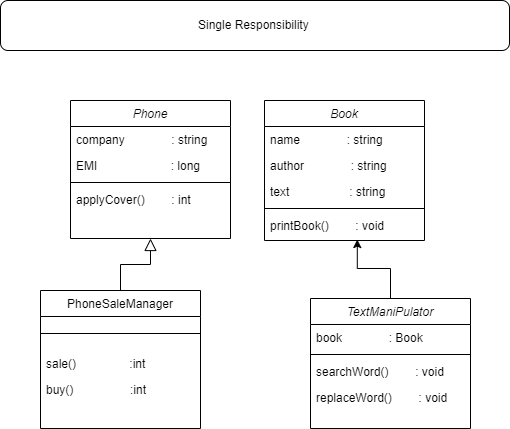
This is Untitled Diagram.drawio.png from RADI-SE/2.Compose-article, a draw.io export, as it was before one commit. Source tidied: cells renumbered, new cells last; positions are measured from the earlier drawing's top-left corner, leaving out a move shared by most shapes. Source of this version:
```xml
<mxGraphModel>
  <root>
    <mxCell id="0" />
    <mxCell id="1" parent="0" />
    <mxCell id="2" value="Phone" style="swimlane;fontStyle=2;align=center;verticalAlign=top;horizontal=1;startSize=26;rounded=0;shadow=0;strokeWidth=1;" parent="1" vertex="1">
      <mxGeometry x="70" y="100" width="160" height="138" as="geometry" />
    </mxCell>
    <mxCell id="3" value="company              : string" style="text;align=left;verticalAlign=top;spacingLeft=4;spacingRight=4;overflow=hidden;" parent="2" vertex="1">
      <mxGeometry y="26" width="160" height="26" as="geometry" />
    </mxCell>
    <mxCell id="4" value="EMI                      : long" style="text;align=left;verticalAlign=top;spacingLeft=4;spacingRight=4;overflow=hidden;rounded=0;shadow=0;html=0;" parent="2" vertex="1">
      <mxGeometry y="52" width="160" height="26" as="geometry" />
    </mxCell>
    <mxCell id="5" style="line;html=1;strokeWidth=1;align=left;verticalAlign=middle;spacingTop=-1;spacingLeft=3;spacingRight=3;labelPosition=right;" parent="2" vertex="1">
      <mxGeometry y="78" width="160" height="8" as="geometry" />
    </mxCell>
    <mxCell id="6" value="applyCover()        : int" style="text;align=left;verticalAlign=top;spacingLeft=4;spacingRight=4;overflow=hidden;" parent="2" vertex="1">
      <mxGeometry y="86" width="160" height="26" as="geometry" />
    </mxCell>
    <mxCell id="7" value="PhoneSaleManager" style="swimlane;fontStyle=0;align=center;verticalAlign=top;horizontal=1;startSize=26;rounded=0;shadow=0;strokeWidth=1;" parent="1" vertex="1">
      <mxGeometry x="40" y="290" width="160" height="138" as="geometry" />
    </mxCell>
    <mxCell id="8" style="line;html=1;strokeWidth=1;align=left;verticalAlign=middle;spacingTop=-1;spacingLeft=3;spacingRight=3;labelPosition=right;" parent="7" vertex="1">
      <mxGeometry y="26" width="160" height="34" as="geometry" />
    </mxCell>
    <mxCell id="9" value="sale()                :int" style="text;align=left;verticalAlign=top;spacingLeft=4;spacingRight=4;overflow=hidden;" parent="7" vertex="1">
      <mxGeometry y="60" width="160" height="26" as="geometry" />
    </mxCell>
    <mxCell id="10" value="buy()                 :int" style="text;align=left;verticalAlign=top;spacingLeft=4;spacingRight=4;overflow=hidden;" parent="7" vertex="1">
      <mxGeometry y="86" width="160" height="26" as="geometry" />
    </mxCell>
    <mxCell id="11" style="endArrow=block;endSize=10;endFill=0;shadow=0;strokeWidth=1;rounded=0;edgeStyle=elbowEdgeStyle;elbow=vertical;" parent="1" edge="1" source="7" target="2">
      <mxGeometry relative="1" as="geometry" />
    </mxCell>
    <mxCell id="12" value="Book" style="swimlane;fontStyle=2;align=center;verticalAlign=top;horizontal=1;startSize=26;rounded=0;shadow=0;strokeWidth=1;" parent="1" vertex="1">
      <mxGeometry x="264" y="100" width="160" height="140" as="geometry" />
    </mxCell>
    <mxCell id="13" value="name              : string" style="text;align=left;verticalAlign=top;spacingLeft=4;spacingRight=4;overflow=hidden;" parent="12" vertex="1">
      <mxGeometry y="26" width="160" height="26" as="geometry" />
    </mxCell>
    <mxCell id="14" value="author              : string" style="text;align=left;verticalAlign=top;spacingLeft=4;spacingRight=4;overflow=hidden;" parent="12" vertex="1">
      <mxGeometry y="52" width="160" height="26" as="geometry" />
    </mxCell>
    <mxCell id="15" value="text                  : string" style="text;align=left;verticalAlign=top;spacingLeft=4;spacingRight=4;overflow=hidden;" parent="12" vertex="1">
      <mxGeometry y="78" width="160" height="26" as="geometry" />
    </mxCell>
    <mxCell id="16" style="line;html=1;strokeWidth=1;align=left;verticalAlign=middle;spacingTop=-1;spacingLeft=3;spacingRight=3;labelPosition=right;" parent="12" vertex="1">
      <mxGeometry y="104" width="160" height="8" as="geometry" />
    </mxCell>
    <mxCell id="17" value="printBook()        : void" style="text;align=left;verticalAlign=top;spacingLeft=4;spacingRight=4;overflow=hidden;points=[[0,0.5],[1,0.5]];portConstraint=eastwest;" parent="12" vertex="1">
      <mxGeometry y="112" width="160" height="26" as="geometry" />
    </mxCell>
    <mxCell id="18" style="edgeStyle=orthogonalEdgeStyle;rounded=0;jettySize=auto;html=1;entryX=0.58;entryY=1.04;entryDx=0;entryDy=0;entryPerimeter=0;" parent="1" edge="1" source="19" target="17">
      <mxGeometry relative="1" as="geometry" />
    </mxCell>
    <mxCell id="19" value="TextManiPulator" style="swimlane;fontStyle=2;align=center;verticalAlign=top;horizontal=1;startSize=26;rounded=0;shadow=0;strokeWidth=1;" parent="1" vertex="1">
      <mxGeometry x="310" y="298" width="160" height="130" as="geometry" />
    </mxCell>
    <mxCell id="20" value="book              : Book" style="text;align=left;verticalAlign=top;spacingLeft=4;spacingRight=4;overflow=hidden;" parent="19" vertex="1">
      <mxGeometry y="26" width="160" height="26" as="geometry" />
    </mxCell>
    <mxCell id="21" style="line;html=1;strokeWidth=1;align=left;verticalAlign=middle;spacingTop=-1;spacingLeft=3;spacingRight=3;labelPosition=right;" parent="19" vertex="1">
      <mxGeometry y="52" width="160" height="8" as="geometry" />
    </mxCell>
    <mxCell id="22" value="searchWord()        : void" style="text;align=left;verticalAlign=top;spacingLeft=4;spacingRight=4;overflow=hidden;" parent="19" vertex="1">
      <mxGeometry y="60" width="160" height="26" as="geometry" />
    </mxCell>
    <mxCell id="23" value="replaceWord()        : void" style="text;align=left;verticalAlign=top;spacingLeft=4;spacingRight=4;overflow=hidden;" parent="19" vertex="1">
      <mxGeometry y="86" width="160" height="22" as="geometry" />
    </mxCell>
    <mxCell id="24" style="rounded=1;whiteSpace=wrap;html=1;" parent="1" vertex="1">
      <mxGeometry width="509" height="50" as="geometry" />
    </mxCell>
    <mxCell id="25" value="Single Responsibility&amp;nbsp;" style="text;html=1;strokeColor=none;fillColor=none;align=center;verticalAlign=middle;whiteSpace=wrap;rounded=0;" parent="1" vertex="1">
      <mxGeometry x="120" y="10" width="270" height="30" as="geometry" />
    </mxCell>
  </root>
</mxGraphModel>
```
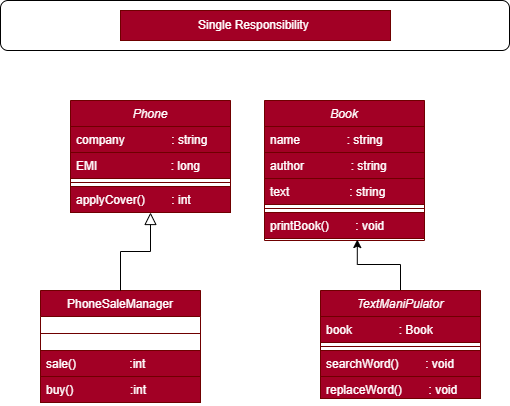
Above is the later version.

Diff of the diagram source:
```diff
@@ -2,76 +2,76 @@
   <root>
     <mxCell id="0" />
     <mxCell id="1" parent="0" />
-    <mxCell id="2" value="Phone" style="swimlane;fontStyle=2;align=center;verticalAlign=top;horizontal=1;startSize=26;rounded=0;shadow=0;strokeWidth=1;" parent="1" vertex="1">
-      <mxGeometry x="70" y="100" width="160" height="138" as="geometry" />
+    <mxCell id="2" value="Phone" style="swimlane;fontStyle=2;align=center;verticalAlign=top;horizontal=1;startSize=26;rounded=0;shadow=0;strokeWidth=1;fillColor=#a20025;fontColor=#ffffff;strokeColor=#6F0000;" parent="1" vertex="1">
+      <mxGeometry x="70" y="100" width="160" height="112" as="geometry" />
     </mxCell>
-    <mxCell id="3" value="company              : string" style="text;align=left;verticalAlign=top;spacingLeft=4;spacingRight=4;overflow=hidden;" parent="2" vertex="1">
+    <mxCell id="3" value="company              : string" style="text;align=left;verticalAlign=top;spacingLeft=4;spacingRight=4;overflow=hidden;fillColor=#a20025;fontColor=#ffffff;strokeColor=#6F0000;" parent="2" vertex="1">
       <mxGeometry y="26" width="160" height="26" as="geometry" />
     </mxCell>
-    <mxCell id="4" value="EMI                      : long" style="text;align=left;verticalAlign=top;spacingLeft=4;spacingRight=4;overflow=hidden;rounded=0;shadow=0;html=0;" parent="2" vertex="1">
+    <mxCell id="4" value="EMI                      : long" style="text;align=left;verticalAlign=top;spacingLeft=4;spacingRight=4;overflow=hidden;rounded=0;shadow=0;html=0;fillColor=#a20025;fontColor=#ffffff;strokeColor=#6F0000;" parent="2" vertex="1">
       <mxGeometry y="52" width="160" height="26" as="geometry" />
     </mxCell>
-    <mxCell id="5" style="line;html=1;strokeWidth=1;align=left;verticalAlign=middle;spacingTop=-1;spacingLeft=3;spacingRight=3;labelPosition=right;" parent="2" vertex="1">
+    <mxCell id="5" style="line;html=1;strokeWidth=1;align=left;verticalAlign=middle;spacingTop=-1;spacingLeft=3;spacingRight=3;labelPosition=right;fillColor=#a20025;fontColor=#ffffff;strokeColor=#6F0000;" parent="2" vertex="1">
       <mxGeometry y="78" width="160" height="8" as="geometry" />
     </mxCell>
-    <mxCell id="6" value="applyCover()        : int" style="text;align=left;verticalAlign=top;spacingLeft=4;spacingRight=4;overflow=hidden;" parent="2" vertex="1">
+    <mxCell id="6" value="applyCover()        : int" style="text;align=left;verticalAlign=top;spacingLeft=4;spacingRight=4;overflow=hidden;fillColor=#a20025;fontColor=#ffffff;strokeColor=#6F0000;" parent="2" vertex="1">
       <mxGeometry y="86" width="160" height="26" as="geometry" />
     </mxCell>
-    <mxCell id="7" value="PhoneSaleManager" style="swimlane;fontStyle=0;align=center;verticalAlign=top;horizontal=1;startSize=26;rounded=0;shadow=0;strokeWidth=1;" parent="1" vertex="1">
-      <mxGeometry x="40" y="290" width="160" height="138" as="geometry" />
+    <mxCell id="7" value="PhoneSaleManager" style="swimlane;fontStyle=0;align=center;verticalAlign=top;horizontal=1;startSize=26;rounded=0;shadow=0;strokeWidth=1;fillColor=#a20025;fontColor=#ffffff;strokeColor=#6F0000;" parent="1" vertex="1">
+      <mxGeometry x="40" y="290" width="160" height="112" as="geometry" />
     </mxCell>
-    <mxCell id="8" style="line;html=1;strokeWidth=1;align=left;verticalAlign=middle;spacingTop=-1;spacingLeft=3;spacingRight=3;labelPosition=right;" parent="7" vertex="1">
+    <mxCell id="8" style="line;html=1;strokeWidth=1;align=left;verticalAlign=middle;spacingTop=-1;spacingLeft=3;spacingRight=3;labelPosition=right;fillColor=#a20025;fontColor=#ffffff;strokeColor=#6F0000;" parent="7" vertex="1">
       <mxGeometry y="26" width="160" height="34" as="geometry" />
     </mxCell>
-    <mxCell id="9" value="sale()                :int" style="text;align=left;verticalAlign=top;spacingLeft=4;spacingRight=4;overflow=hidden;" parent="7" vertex="1">
+    <mxCell id="9" value="sale()                :int" style="text;align=left;verticalAlign=top;spacingLeft=4;spacingRight=4;overflow=hidden;fillColor=#a20025;fontColor=#ffffff;strokeColor=#6F0000;" parent="7" vertex="1">
       <mxGeometry y="60" width="160" height="26" as="geometry" />
     </mxCell>
-    <mxCell id="10" value="buy()                 :int" style="text;align=left;verticalAlign=top;spacingLeft=4;spacingRight=4;overflow=hidden;" parent="7" vertex="1">
+    <mxCell id="10" value="buy()                 :int" style="text;align=left;verticalAlign=top;spacingLeft=4;spacingRight=4;overflow=hidden;fillColor=#a20025;fontColor=#ffffff;strokeColor=#6F0000;" parent="7" vertex="1">
       <mxGeometry y="86" width="160" height="26" as="geometry" />
     </mxCell>
     <mxCell id="11" style="endArrow=block;endSize=10;endFill=0;shadow=0;strokeWidth=1;rounded=0;edgeStyle=elbowEdgeStyle;elbow=vertical;" parent="1" edge="1" source="7" target="2">
       <mxGeometry relative="1" as="geometry" />
     </mxCell>
-    <mxCell id="12" value="Book" style="swimlane;fontStyle=2;align=center;verticalAlign=top;horizontal=1;startSize=26;rounded=0;shadow=0;strokeWidth=1;" parent="1" vertex="1">
+    <mxCell id="12" value="Book" style="swimlane;fontStyle=2;align=center;verticalAlign=top;horizontal=1;startSize=26;rounded=0;shadow=0;strokeWidth=1;fillColor=#a20025;fontColor=#ffffff;strokeColor=#6F0000;" parent="1" vertex="1">
       <mxGeometry x="264" y="100" width="160" height="140" as="geometry" />
     </mxCell>
-    <mxCell id="13" value="name              : string" style="text;align=left;verticalAlign=top;spacingLeft=4;spacingRight=4;overflow=hidden;" parent="12" vertex="1">
+    <mxCell id="13" value="name              : string" style="text;align=left;verticalAlign=top;spacingLeft=4;spacingRight=4;overflow=hidden;fillColor=#a20025;fontColor=#ffffff;strokeColor=#6F0000;" parent="12" vertex="1">
       <mxGeometry y="26" width="160" height="26" as="geometry" />
     </mxCell>
-    <mxCell id="14" value="author              : string" style="text;align=left;verticalAlign=top;spacingLeft=4;spacingRight=4;overflow=hidden;" parent="12" vertex="1">
+    <mxCell id="14" value="author              : string" style="text;align=left;verticalAlign=top;spacingLeft=4;spacingRight=4;overflow=hidden;fillColor=#a20025;fontColor=#ffffff;strokeColor=#6F0000;" parent="12" vertex="1">
       <mxGeometry y="52" width="160" height="26" as="geometry" />
     </mxCell>
-    <mxCell id="15" value="text                  : string" style="text;align=left;verticalAlign=top;spacingLeft=4;spacingRight=4;overflow=hidden;" parent="12" vertex="1">
+    <mxCell id="15" value="text                  : string" style="text;align=left;verticalAlign=top;spacingLeft=4;spacingRight=4;overflow=hidden;fillColor=#a20025;fontColor=#ffffff;strokeColor=#6F0000;" parent="12" vertex="1">
       <mxGeometry y="78" width="160" height="26" as="geometry" />
     </mxCell>
-    <mxCell id="16" style="line;html=1;strokeWidth=1;align=left;verticalAlign=middle;spacingTop=-1;spacingLeft=3;spacingRight=3;labelPosition=right;" parent="12" vertex="1">
+    <mxCell id="16" style="line;html=1;strokeWidth=1;align=left;verticalAlign=middle;spacingTop=-1;spacingLeft=3;spacingRight=3;labelPosition=right;fillColor=#a20025;fontColor=#ffffff;strokeColor=#6F0000;" parent="12" vertex="1">
       <mxGeometry y="104" width="160" height="8" as="geometry" />
     </mxCell>
-    <mxCell id="17" value="printBook()        : void" style="text;align=left;verticalAlign=top;spacingLeft=4;spacingRight=4;overflow=hidden;points=[[0,0.5],[1,0.5]];portConstraint=eastwest;" parent="12" vertex="1">
+    <mxCell id="17" value="printBook()        : void" style="text;align=left;verticalAlign=top;spacingLeft=4;spacingRight=4;overflow=hidden;points=[[0,0.5],[1,0.5]];portConstraint=eastwest;fillColor=#a20025;fontColor=#ffffff;strokeColor=#6F0000;" parent="12" vertex="1">
       <mxGeometry y="112" width="160" height="26" as="geometry" />
     </mxCell>
     <mxCell id="18" style="edgeStyle=orthogonalEdgeStyle;rounded=0;jettySize=auto;html=1;entryX=0.58;entryY=1.04;entryDx=0;entryDy=0;entryPerimeter=0;" parent="1" edge="1" source="19" target="17">
       <mxGeometry relative="1" as="geometry" />
     </mxCell>
-    <mxCell id="19" value="TextManiPulator" style="swimlane;fontStyle=2;align=center;verticalAlign=top;horizontal=1;startSize=26;rounded=0;shadow=0;strokeWidth=1;" parent="1" vertex="1">
-      <mxGeometry x="310" y="298" width="160" height="130" as="geometry" />
+    <mxCell id="19" value="TextManiPulator" style="swimlane;fontStyle=2;align=center;verticalAlign=top;horizontal=1;startSize=26;rounded=0;shadow=0;strokeWidth=1;fillColor=#a20025;fontColor=#ffffff;strokeColor=#6F0000;" parent="1" vertex="1">
+      <mxGeometry x="320" y="290" width="160" height="108" as="geometry" />
     </mxCell>
-    <mxCell id="20" value="book              : Book" style="text;align=left;verticalAlign=top;spacingLeft=4;spacingRight=4;overflow=hidden;" parent="19" vertex="1">
+    <mxCell id="20" value="book              : Book" style="text;align=left;verticalAlign=top;spacingLeft=4;spacingRight=4;overflow=hidden;fillColor=#a20025;fontColor=#ffffff;strokeColor=#6F0000;" parent="19" vertex="1">
       <mxGeometry y="26" width="160" height="26" as="geometry" />
     </mxCell>
-    <mxCell id="21" style="line;html=1;strokeWidth=1;align=left;verticalAlign=middle;spacingTop=-1;spacingLeft=3;spacingRight=3;labelPosition=right;" parent="19" vertex="1">
+    <mxCell id="21" style="line;html=1;strokeWidth=1;align=left;verticalAlign=middle;spacingTop=-1;spacingLeft=3;spacingRight=3;labelPosition=right;fillColor=#a20025;fontColor=#ffffff;strokeColor=#6F0000;" parent="19" vertex="1">
       <mxGeometry y="52" width="160" height="8" as="geometry" />
     </mxCell>
-    <mxCell id="22" value="searchWord()        : void" style="text;align=left;verticalAlign=top;spacingLeft=4;spacingRight=4;overflow=hidden;" parent="19" vertex="1">
+    <mxCell id="22" value="searchWord()        : void" style="text;align=left;verticalAlign=top;spacingLeft=4;spacingRight=4;overflow=hidden;fillColor=#a20025;fontColor=#ffffff;strokeColor=#6F0000;" parent="19" vertex="1">
       <mxGeometry y="60" width="160" height="26" as="geometry" />
     </mxCell>
-    <mxCell id="23" value="replaceWord()        : void" style="text;align=left;verticalAlign=top;spacingLeft=4;spacingRight=4;overflow=hidden;" parent="19" vertex="1">
+    <mxCell id="23" value="replaceWord()        : void" style="text;align=left;verticalAlign=top;spacingLeft=4;spacingRight=4;overflow=hidden;fillColor=#a20025;fontColor=#ffffff;strokeColor=#6F0000;" parent="19" vertex="1">
       <mxGeometry y="86" width="160" height="22" as="geometry" />
     </mxCell>
     <mxCell id="24" style="rounded=1;whiteSpace=wrap;html=1;" parent="1" vertex="1">
       <mxGeometry width="509" height="50" as="geometry" />
     </mxCell>
-    <mxCell id="25" value="Single Responsibility&amp;nbsp;" style="text;html=1;strokeColor=none;fillColor=none;align=center;verticalAlign=middle;whiteSpace=wrap;rounded=0;" parent="1" vertex="1">
+    <mxCell id="25" value="Single Responsibility&amp;nbsp;" style="text;html=1;strokeColor=#6F0000;fillColor=#a20025;align=center;verticalAlign=middle;whiteSpace=wrap;rounded=0;fontColor=#ffffff;" parent="1" vertex="1">
       <mxGeometry x="120" y="10" width="270" height="30" as="geometry" />
     </mxCell>
   </root>
```
